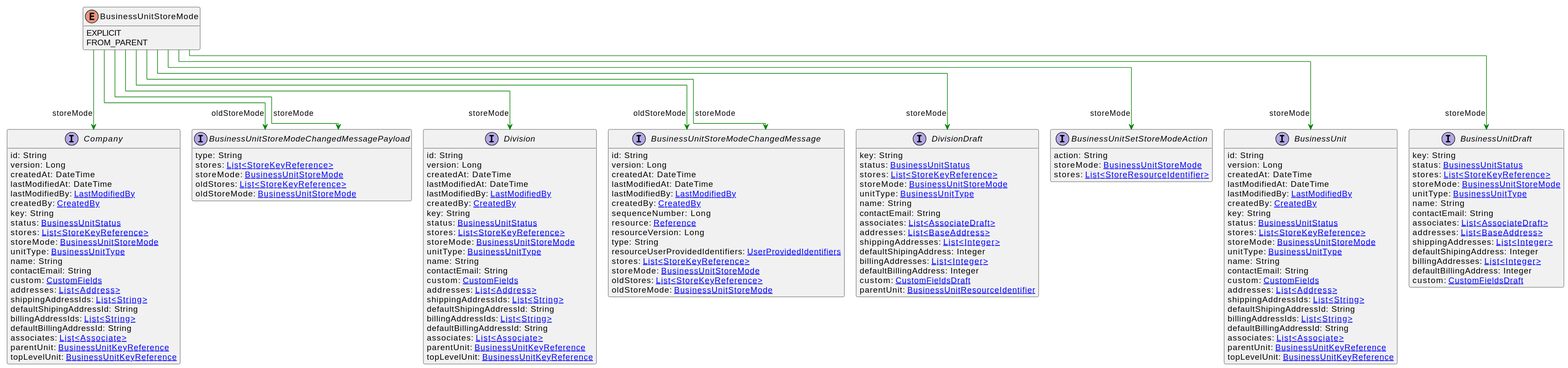
This is uml/api/svg/BusinessUnitStoreMode.svg from commercetools/commercetools-api-reference, a PlantUML export, as it was before one commit.
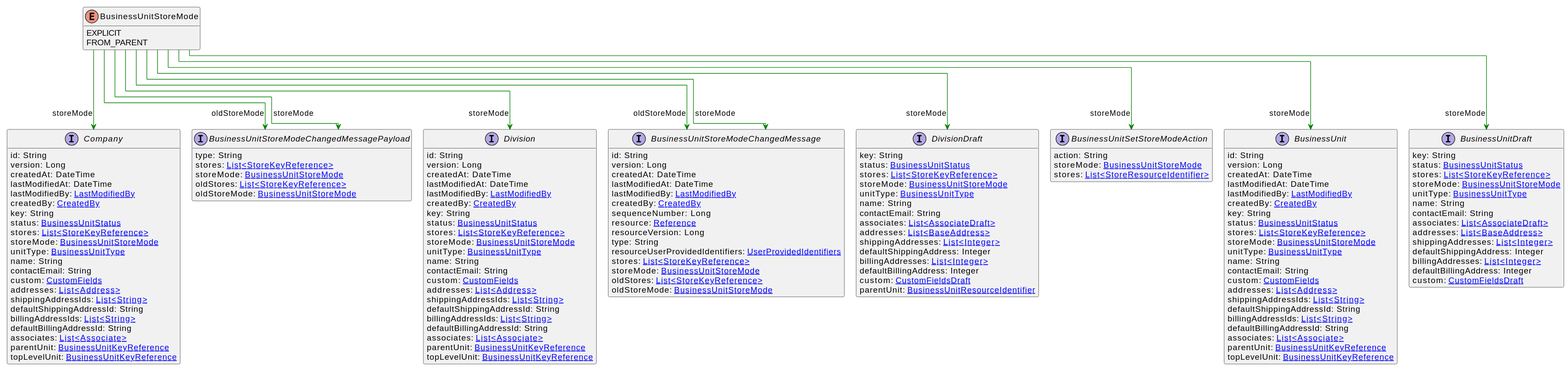
The same diagram one commit later.

What changed in the source:
```diff
@@ -22,7 +22,7 @@
     custom: [[CustomFields.svg CustomFields]]
     addresses: [[Address.svg List<Address>]]
     shippingAddressIds: [[String.svg List<String>]]
-    defaultShipingAddressId: String
+    defaultShippingAddressId: String
     billingAddressIds: [[String.svg List<String>]]
     defaultBillingAddressId: String
     associates: [[Associate.svg List<Associate>]]
@@ -40,7 +40,7 @@
     associates: [[AssociateDraft.svg List<AssociateDraft>]]
     addresses: [[BaseAddress.svg List<BaseAddress>]]
     shippingAddresses: [[Integer.svg List<Integer>]]
-    defaultShipingAddress: Integer
+    defaultShippingAddress: Integer
     billingAddresses: [[Integer.svg List<Integer>]]
     defaultBillingAddress: Integer
     custom: [[CustomFieldsDraft.svg CustomFieldsDraft]]
@@ -62,7 +62,7 @@
     custom: [[CustomFields.svg CustomFields]]
     addresses: [[Address.svg List<Address>]]
     shippingAddressIds: [[String.svg List<String>]]
-    defaultShipingAddressId: String
+    defaultShippingAddressId: String
     billingAddressIds: [[String.svg List<String>]]
     defaultBillingAddressId: String
     associates: [[Associate.svg List<Associate>]]
@@ -86,7 +86,7 @@
     custom: [[CustomFields.svg CustomFields]]
     addresses: [[Address.svg List<Address>]]
     shippingAddressIds: [[String.svg List<String>]]
-    defaultShipingAddressId: String
+    defaultShippingAddressId: String
     billingAddressIds: [[String.svg List<String>]]
     defaultBillingAddressId: String
     associates: [[Associate.svg List<Associate>]]
@@ -104,7 +104,7 @@
     associates: [[AssociateDraft.svg List<AssociateDraft>]]
     addresses: [[BaseAddress.svg List<BaseAddress>]]
     shippingAddresses: [[Integer.svg List<Integer>]]
-    defaultShipingAddress: Integer
+    defaultShippingAddress: Integer
     billingAddresses: [[Integer.svg List<Integer>]]
     defaultBillingAddress: Integer
     custom: [[CustomFieldsDraft.svg CustomFieldsDraft]]
```
